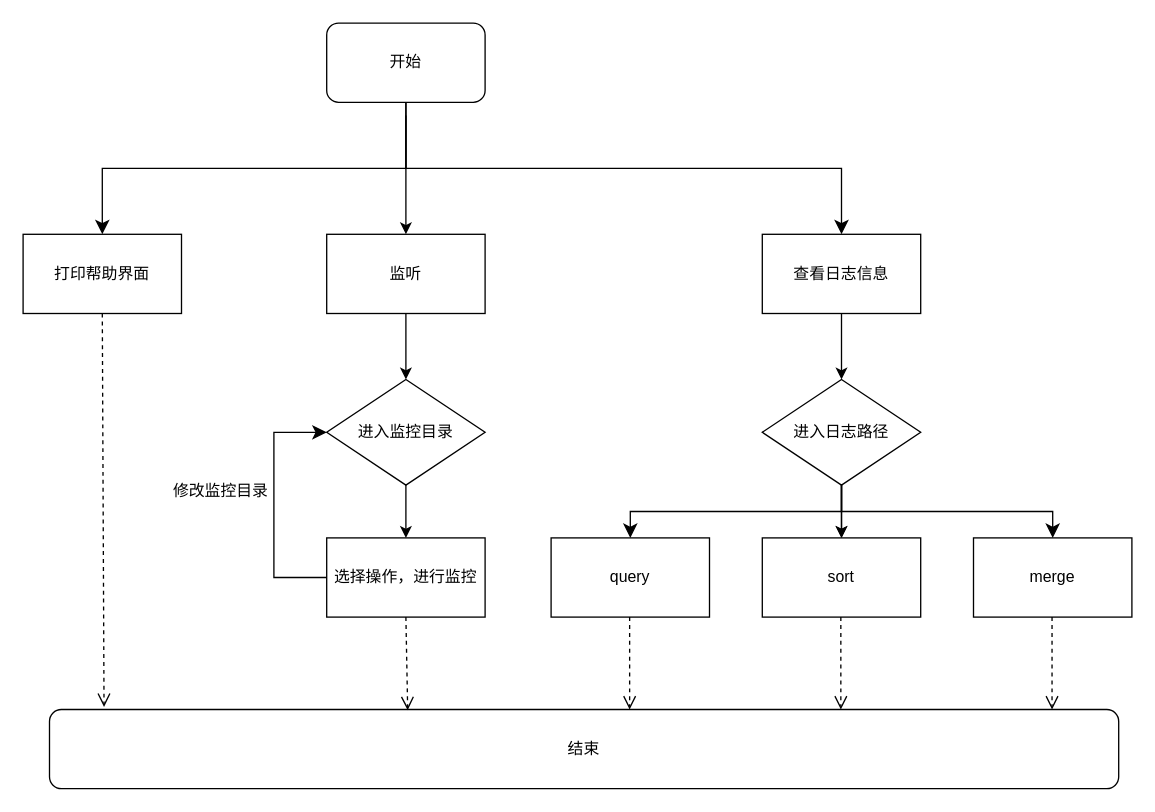
Before: GUI流程图.drawio in peng-na/draw.io_pic, a draw.io diagram. Source tidied: cells renumbered, new cells numbered last; positions are measured from the earlier drawing's top-left corner, leaving out a move shared by most shapes. Both pictures are drawn from the tidied source at 132%, with x=0, y=0 at pixel (22, 22).
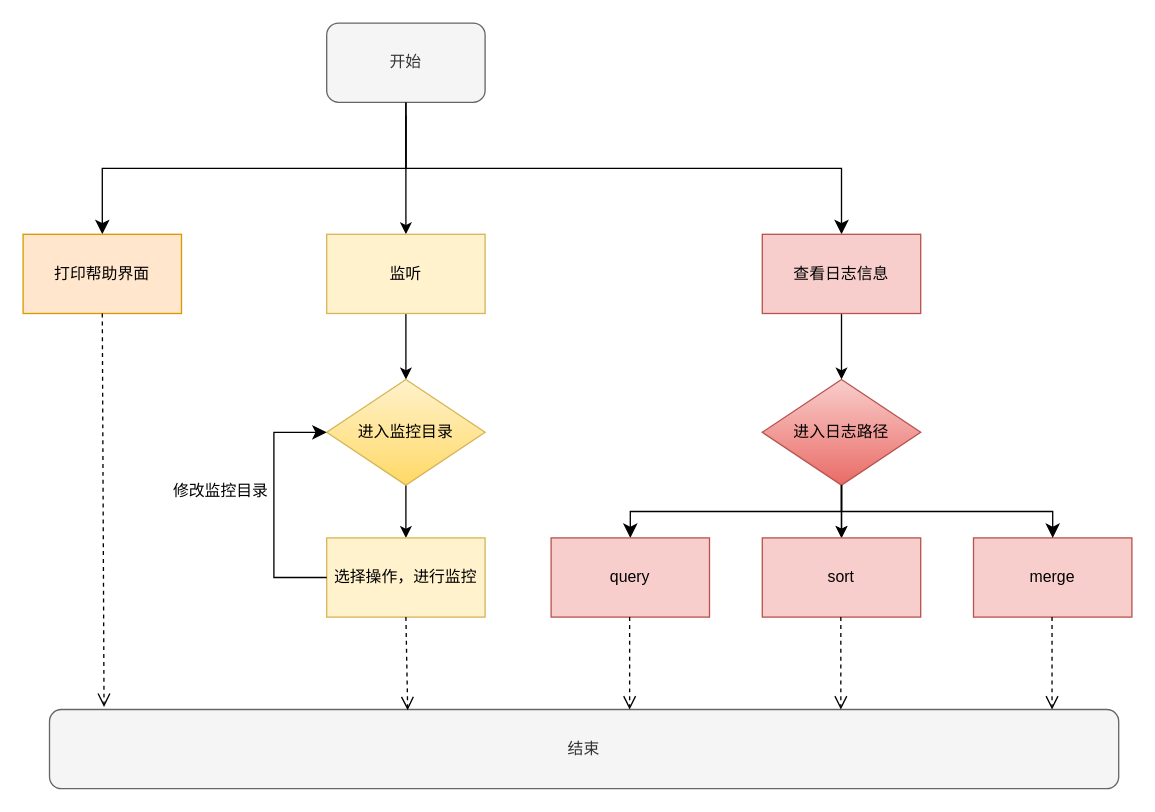
After the change.

Commit message (it also covers changes not shown here):
更新GUI流程图.drawio

Change to the diagram source:
```diff
@@
-    <mxCell id="3" value="开始" style="rounded=1;whiteSpace=wrap;html=1;" parent="1" vertex="1">
+    <mxCell id="3" value="开始" style="rounded=1;whiteSpace=wrap;html=1;fillColor=#f5f5f5;fontColor=#333333;strokeColor=#666666;" parent="1" vertex="1">
       <mxGeometry x="230" width="120" height="60" as="geometry" />
     </mxCell>
@@
-    <mxCell id="5" value="监听" style="rounded=0;whiteSpace=wrap;html=1;" parent="1" vertex="1">
+    <mxCell id="5" value="监听" style="rounded=0;whiteSpace=wrap;html=1;fillColor=#fff2cc;strokeColor=#d6b656;" parent="1" vertex="1">
       <mxGeometry x="230" y="160" width="120" height="60" as="geometry" />
     </mxCell>
@@
-    <mxCell id="8" value="查看日志信息" style="rounded=0;whiteSpace=wrap;html=1;" parent="1" vertex="1">
+    <mxCell id="8" value="查看日志信息" style="rounded=0;whiteSpace=wrap;html=1;fillColor=#f8cecc;strokeColor=#b85450;" parent="1" vertex="1">
       <mxGeometry x="560" y="160" width="120" height="60" as="geometry" />
     </mxCell>
@@
-    <mxCell id="10" value="打印帮助界面" style="rounded=0;whiteSpace=wrap;html=1;" parent="1" vertex="1">
+    <mxCell id="10" value="打印帮助界面" style="rounded=0;whiteSpace=wrap;html=1;fillColor=#ffe6cc;strokeColor=#d79b00;" parent="1" vertex="1">
       <mxGeometry y="160" width="120" height="60" as="geometry" />
     </mxCell>
@@
-    <mxCell id="12" value="进入监控目录" style="rhombus;whiteSpace=wrap;html=1;rounded=0;" parent="1" vertex="1">
+    <mxCell id="12" value="进入监控目录" style="rhombus;whiteSpace=wrap;html=1;rounded=0;fillColor=#fff2cc;gradientColor=#ffd966;strokeColor=#d6b656;" parent="1" vertex="1">
       <mxGeometry x="230" y="270" width="120" height="80" as="geometry" />
     </mxCell>
-    <mxCell id="13" value="选择操作，进行监控" style="whiteSpace=wrap;html=1;rounded=0;" parent="1" vertex="1">
+    <mxCell id="13" value="选择操作，进行监控" style="whiteSpace=wrap;html=1;rounded=0;fillColor=#fff2cc;strokeColor=#d6b656;" parent="1" vertex="1">
       <mxGeometry x="230" y="390" width="120" height="60" as="geometry" />
     </mxCell>
@@
-    <mxCell id="18" value="进入日志路径" style="rhombus;whiteSpace=wrap;html=1;rounded=0;" parent="1" vertex="1">
+    <mxCell id="18" value="进入日志路径" style="rhombus;whiteSpace=wrap;html=1;rounded=0;fillColor=#f8cecc;gradientColor=#ea6b66;strokeColor=#b85450;" parent="1" vertex="1">
       <mxGeometry x="560" y="270" width="120" height="80" as="geometry" />
     </mxCell>
-    <mxCell id="19" value="sort" style="whiteSpace=wrap;html=1;rounded=0;" parent="1" vertex="1">
+    <mxCell id="19" value="sort" style="whiteSpace=wrap;html=1;rounded=0;fillColor=#f8cecc;strokeColor=#b85450;" parent="1" vertex="1">
       <mxGeometry x="560" y="390" width="120" height="60" as="geometry" />
     </mxCell>
@@
-    <mxCell id="21" value="query" style="rounded=0;whiteSpace=wrap;html=1;" parent="1" vertex="1">
+    <mxCell id="21" value="query" style="rounded=0;whiteSpace=wrap;html=1;fillColor=#f8cecc;strokeColor=#b85450;" parent="1" vertex="1">
       <mxGeometry x="400" y="390" width="120" height="60" as="geometry" />
     </mxCell>
-    <mxCell id="22" value="merge" style="rounded=0;whiteSpace=wrap;html=1;" parent="1" vertex="1">
+    <mxCell id="22" value="merge" style="rounded=0;whiteSpace=wrap;html=1;fillColor=#f8cecc;strokeColor=#b85450;" parent="1" vertex="1">
       <mxGeometry x="720" y="390" width="120" height="60" as="geometry" />
     </mxCell>
@@
-    <mxCell id="25" value="结束" style="rounded=1;whiteSpace=wrap;html=1;" parent="1" vertex="1">
+    <mxCell id="25" value="结束" style="rounded=1;whiteSpace=wrap;html=1;fillColor=#f5f5f5;fontColor=#333333;strokeColor=#666666;" parent="1" vertex="1">
       <mxGeometry x="20" y="520" width="810" height="60" as="geometry" />
     </mxCell>
```
